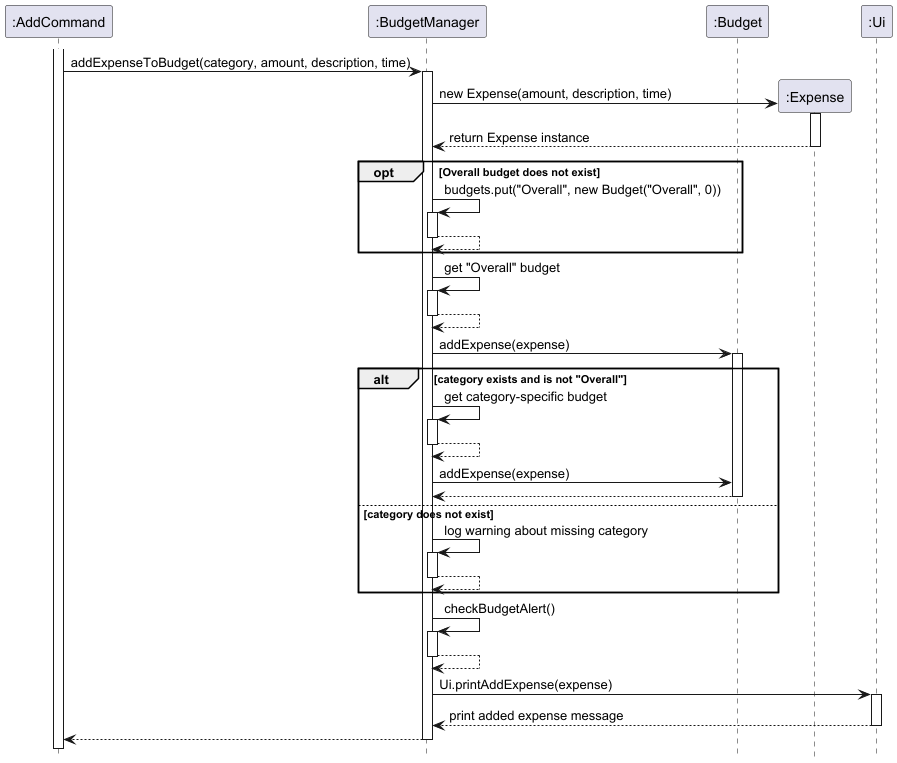
This is docs/diagrams/BudgetManagerAddSequenceDiagram.png from AY2425S2-CS2113-T12-4/tp, a PlantUML export, as it was before one commit. Its source is kept beside it as docs/diagrams/BudgetManagerAddSequenceDiagram.puml.
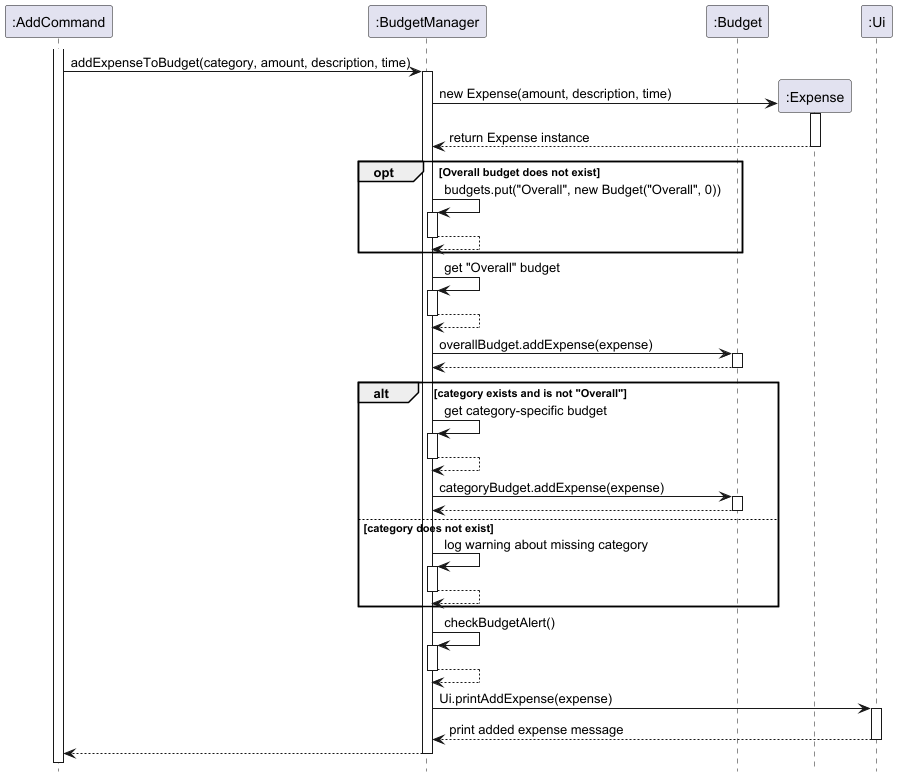
Later version of the same file.

The edit, as a diff of the source:
```diff
@@ -25,14 +25,16 @@
 end
 
 
+
 BM -> BM: get "Overall" budget
 activate BM
 BM -->BM
 deactivate BM
-BM -> B: addExpense(expense)
+BM -> B: overallBudget.addExpense(expense)
 
 activate B
-
+B --> BM
+deactivate B
 
 
 alt category exists and is not "Overall"
@@ -40,7 +42,8 @@
     activate BM
     BM -->BM
     deactivate BM
-    BM -> B: addExpense(expense)
+    BM -> B: categoryBudget.addExpense(expense)
+    activate B
     B --> BM
     deactivate B
 
```
